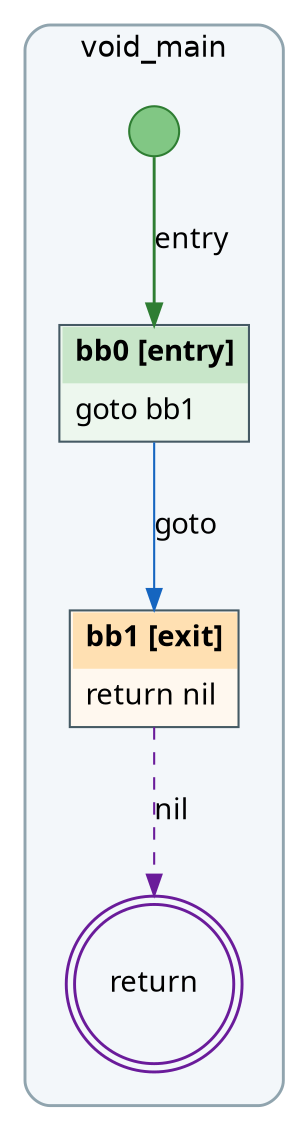
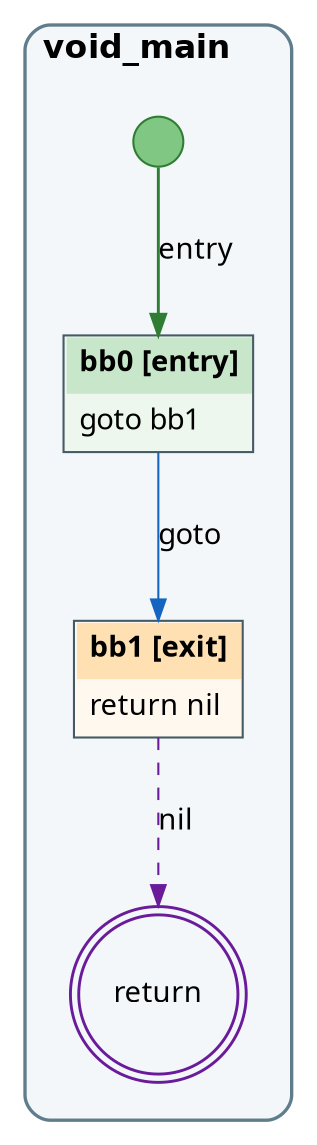
digraph SSA {
  rankdir=TB;
  newrank=true;
  ranksep=0.9;
  nodesep=0.35;
  splines=true;
  fontname="Helvetica";
  node [fontname="Menlo"];
  edge [fontname="Menlo"];
  subgraph cluster_f0 {
-     color="#90a4ae"; style="rounded,filled"; fillcolor="#f3f7fa"; penwidth=1.4;
-     margin=16;
-     labelloc=t; label="void_main";
+     color="#607d8b"; pencolor="#607d8b"; style=rounded; bgcolor="#f3f7fa"; penwidth=1.6;
+     margin=18;
+     labelloc=t; labeljust=l;
+     label=<<TABLE BORDER="0" CELLBORDER="0" CELLSPACING="0" CELLPADDING="0"><TR><TD ALIGN="LEFT"><FONT FACE="Helvetica" POINT-SIZE="16"><B>void_main</B></FONT></TD></TR></TABLE>>;
    f0_order [shape=point, style=invis, width=0, height=0, label=""];
    f0_entry [shape=circle, fixedsize=true, width=0.34, label="", style=filled, fillcolor="#81c784", color="#2e7d32"];
    f0_bb0 [shape=plain, margin=0, label=<
      <TABLE BORDER="1" CELLBORDER="0" CELLSPACING="0" CELLPADDING="6" COLOR="#455a64" BGCOLOR="#edf7ee">
        <TR><TD ALIGN="LEFT" BGCOLOR="#c8e6c9"><B>bb0 [entry]</B></TD></TR>
        <TR><TD ALIGN="LEFT"><FONT FACE="Menlo">goto bb1</FONT></TD></TR>
      </TABLE>
    >];
    f0_bb1 [shape=plain, margin=0, label=<
      <TABLE BORDER="1" CELLBORDER="0" CELLSPACING="0" CELLPADDING="6" COLOR="#455a64" BGCOLOR="#fff8ef">
        <TR><TD ALIGN="LEFT" BGCOLOR="#ffe0b2"><B>bb1 [exit]</B></TD></TR>
        <TR><TD ALIGN="LEFT"><FONT FACE="Menlo">return nil</FONT></TD></TR>
      </TABLE>
    >];
    f0_entry -> f0_bb0 [label="entry", color="#2e7d32", penwidth=1.4];
    f0_bb0 -> f0_bb1 [label="goto", color="#1565c0"];
    f0_ret [shape=doublecircle, label="return", color="#6a1b9a", penwidth=1.4];
    f0_bb1 -> f0_ret [style=dashed, color="#6a1b9a", label="nil"];
  }
}
